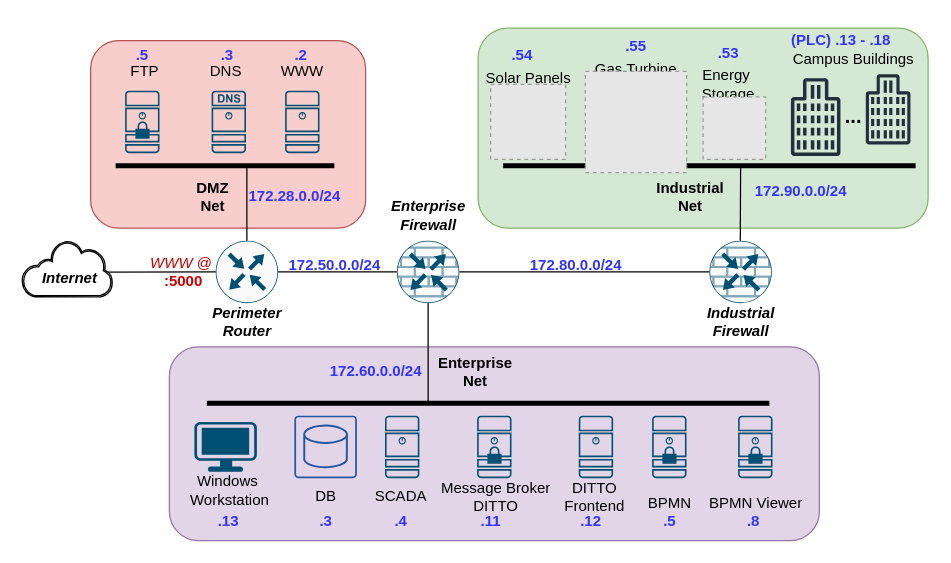
LBartolini/DVI keeps this draw.io diagram as _readme_images/network_very_easy.drawio. Above is the earlier version. Source tidied: cells renumbered, new cells numbered last; positions are measured from the earlier drawing's top-left corner, leaving out a move shared by most shapes. Both pictures are drawn from the tidied source at 125%, with x=0, y=0 at pixel (21, 21). Pictures stored in the file or linked from it are replaced by grey dashed boxes.
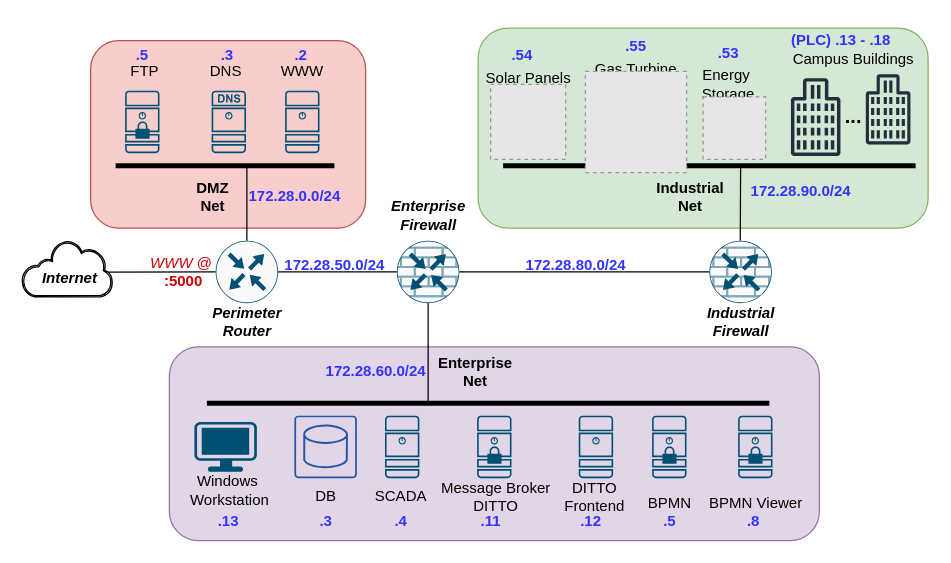
The same page after the edit.

Diff of the diagram source:
```diff
@@
-    <mxCell id="57" value="172.60.0.0/24" style="text;html=1;align=center;verticalAlign=middle;strokeColor=none;fillColor=none;fontColor=#3333FF;fontStyle=1;" parent="1" vertex="1">
+    <mxCell id="57" value="172.28.60.0/24" style="text;html=1;align=center;verticalAlign=middle;strokeColor=none;fillColor=none;fontColor=#3333FF;fontStyle=1;" parent="1" vertex="1">
       <mxGeometry x="233" y="265" width="100" height="30" as="geometry" />
     </mxCell>
-    <mxCell id="58" value="172.90.0.0/24" style="text;html=1;align=center;verticalAlign=middle;strokeColor=none;fillColor=none;fontColor=#3333FF;fontStyle=1;" parent="1" vertex="1">
+    <mxCell id="58" value="172.28.90.0/24" style="text;html=1;align=center;verticalAlign=middle;strokeColor=none;fillColor=none;fontColor=#3333FF;fontStyle=1;" parent="1" vertex="1">
       <mxGeometry x="573" y="120.5" width="100" height="30" as="geometry" />
     </mxCell>
-    <mxCell id="59" value="172.80.0.0/24" style="text;html=1;align=center;verticalAlign=middle;strokeColor=none;fillColor=none;fontColor=#3333FF;fontStyle=1;" parent="1" vertex="1">
+    <mxCell id="59" value="172.28.80.0/24" style="text;html=1;align=center;verticalAlign=middle;strokeColor=none;fillColor=none;fontColor=#3333FF;fontStyle=1;" parent="1" vertex="1">
       <mxGeometry x="393" y="180" width="100" height="30" as="geometry" />
     </mxCell>
-    <mxCell id="60" value="172.50.0.0/24" style="text;html=1;align=center;verticalAlign=middle;strokeColor=none;fillColor=none;fontColor=#3333FF;fontStyle=1;" parent="1" vertex="1">
+    <mxCell id="60" value="172.28.50.0/24" style="text;html=1;align=center;verticalAlign=middle;strokeColor=none;fillColor=none;fontColor=#3333FF;fontStyle=1;" parent="1" vertex="1">
       <mxGeometry x="200" y="180" width="100" height="30" as="geometry" />
     </mxCell>
```
